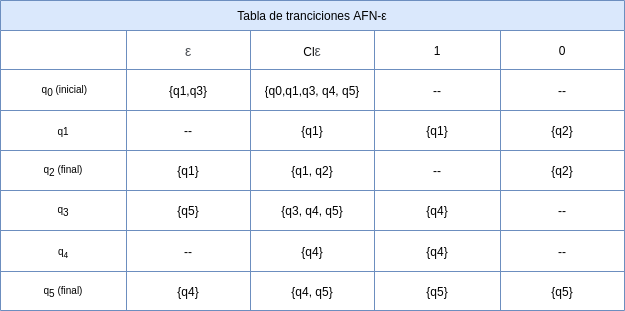
Yony6041/automatasClass keeps this draw.io diagram as public/firstTable.png. Above is the earlier version. Source tidied: cells renumbered, new cells last; positions are measured from the earlier drawing's top-left corner, leaving out a move shared by most shapes.
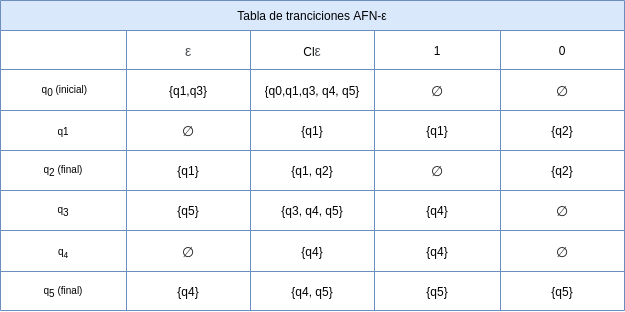
Later version of the same file.

The edit, as a diff of the source:
```diff
@@ -35,30 +35,30 @@
     <mxCell id="12" value="&lt;span&gt;{q0,q1,q3, q4, q5}&lt;/span&gt;" style="shape=partialRectangle;html=1;whiteSpace=wrap;overflow=hidden;fillColor=none;top=0;left=0;bottom=0;right=0;" parent="9" vertex="1">
       <mxGeometry x="250" width="124" height="41" as="geometry" />
     </mxCell>
-    <mxCell id="13" value="--" style="shape=partialRectangle;html=1;whiteSpace=wrap;overflow=hidden;fillColor=none;top=0;left=0;bottom=0;right=0;" parent="9" vertex="1">
-      <mxGeometry x="374" width="126" height="41" as="geometry" />
-    </mxCell>
-    <mxCell id="14" value="--" style="shape=partialRectangle;html=1;whiteSpace=wrap;overflow=hidden;fillColor=none;top=0;left=0;bottom=0;right=0;" parent="9" vertex="1">
-      <mxGeometry x="500" width="124" height="41" as="geometry" />
-    </mxCell>
+    <mxCell id="45" value="&lt;span style=&quot;color: rgb(32 , 33 , 34) ; font-family: sans-serif ; font-size: 14px ; background-color: rgb(255 , 255 , 255)&quot;&gt;∅&lt;/span&gt;" style="shape=partialRectangle;html=1;whiteSpace=wrap;overflow=hidden;fillColor=none;top=0;left=0;bottom=0;right=0;" parent="9" vertex="1">
+      <mxGeometry x="374" width="126" height="41" as="geometry" />
+    </mxCell>
+    <mxCell id="46" value="&lt;span style=&quot;color: rgb(32 , 33 , 34) ; font-family: sans-serif ; font-size: 14px ; background-color: rgb(255 , 255 , 255)&quot;&gt;∅&lt;/span&gt;" style="shape=partialRectangle;html=1;whiteSpace=wrap;overflow=hidden;fillColor=none;top=0;left=0;bottom=0;right=0;" parent="9" vertex="1">
+      <mxGeometry x="500" width="124" height="41" as="geometry" />
+    </mxCell>
     <mxCell id="15" style="shape=partialRectangle;fillColor=none;top=0;left=0;bottom=0;right=0;" parent="2" vertex="1">
       <mxGeometry y="110" width="624" height="40" as="geometry" />
     </mxCell>
     <mxCell id="16" value="&lt;span style=&quot;font-size: 10px&quot;&gt;q1&lt;/span&gt;" style="shape=partialRectangle;html=1;whiteSpace=wrap;overflow=hidden;fillColor=none;top=0;left=0;bottom=0;right=0;" parent="15" vertex="1">
       <mxGeometry width="126" height="40" as="geometry" />
     </mxCell>
-    <mxCell id="17" value="--" style="shape=partialRectangle;html=1;whiteSpace=wrap;overflow=hidden;fillColor=none;top=0;left=0;bottom=0;right=0;" parent="15" vertex="1">
-      <mxGeometry x="126" width="124" height="40" as="geometry" />
-    </mxCell>
+    <mxCell id="47" value="&lt;span style=&quot;color: rgb(32 , 33 , 34) ; font-family: sans-serif ; font-size: 14px ; background-color: rgb(255 , 255 , 255)&quot;&gt;∅&lt;/span&gt;" style="shape=partialRectangle;html=1;whiteSpace=wrap;overflow=hidden;fillColor=none;top=0;left=0;bottom=0;right=0;" parent="15" vertex="1">
+      <mxGeometry x="126" width="124" height="40" as="geometry" />
+    </mxCell>
     <mxCell id="18" value="&lt;span&gt;{q1}&lt;/span&gt;" style="shape=partialRectangle;html=1;whiteSpace=wrap;overflow=hidden;fillColor=none;top=0;left=0;bottom=0;right=0;" parent="15" vertex="1">
       <mxGeometry x="250" width="124" height="40" as="geometry" />
     </mxCell>
     <mxCell id="19" value="{q1}" style="shape=partialRectangle;html=1;whiteSpace=wrap;overflow=hidden;fillColor=none;top=0;left=0;bottom=0;right=0;" parent="15" vertex="1">
       <mxGeometry x="374" width="126" height="40" as="geometry" />
     </mxCell>
-    <mxCell id="20" value="{q2}" style="shape=partialRectangle;html=1;whiteSpace=wrap;overflow=hidden;fillColor=none;top=0;left=0;bottom=0;right=0;" parent="15" vertex="1">
-      <mxGeometry x="500" width="124" height="40" as="geometry" />
-    </mxCell>
+    <mxCell id="48" value="{q2}" style="shape=partialRectangle;html=1;whiteSpace=wrap;overflow=hidden;fillColor=none;top=0;left=0;bottom=0;right=0;" parent="15" vertex="1">
+      <mxGeometry x="500" width="124" height="40" as="geometry" />
+    </mxCell>
     <mxCell id="21" style="shape=partialRectangle;fillColor=none;top=0;left=0;bottom=0;right=0;" parent="2" vertex="1">
       <mxGeometry y="150" width="624" height="40" as="geometry" />
     </mxCell>
@@ -71,12 +71,12 @@
     <mxCell id="24" value="&lt;span&gt;{q1, q2}&lt;/span&gt;" style="shape=partialRectangle;html=1;whiteSpace=wrap;overflow=hidden;fillColor=none;top=0;left=0;bottom=0;right=0;" parent="21" vertex="1">
       <mxGeometry x="250" width="124" height="40" as="geometry" />
     </mxCell>
-    <mxCell id="25" value="--" style="shape=partialRectangle;html=1;whiteSpace=wrap;overflow=hidden;fillColor=none;top=0;left=0;bottom=0;right=0;" parent="21" vertex="1">
-      <mxGeometry x="374" width="126" height="40" as="geometry" />
-    </mxCell>
-    <mxCell id="26" value="{q2}" style="shape=partialRectangle;html=1;whiteSpace=wrap;overflow=hidden;fillColor=none;top=0;left=0;bottom=0;right=0;" parent="21" vertex="1">
-      <mxGeometry x="500" width="124" height="40" as="geometry" />
-    </mxCell>
+    <mxCell id="49" value="&lt;span style=&quot;color: rgb(32 , 33 , 34) ; font-family: sans-serif ; font-size: 14px ; background-color: rgb(255 , 255 , 255)&quot;&gt;∅&lt;/span&gt;" style="shape=partialRectangle;html=1;whiteSpace=wrap;overflow=hidden;fillColor=none;top=0;left=0;bottom=0;right=0;" parent="21" vertex="1">
+      <mxGeometry x="374" width="126" height="40" as="geometry" />
+    </mxCell>
+    <mxCell id="50" value="{q2}" style="shape=partialRectangle;html=1;whiteSpace=wrap;overflow=hidden;fillColor=none;top=0;left=0;bottom=0;right=0;" parent="21" vertex="1">
+      <mxGeometry x="500" width="124" height="40" as="geometry" />
+    </mxCell>
     <mxCell id="27" style="shape=partialRectangle;fillColor=none;top=0;left=0;bottom=0;right=0;" parent="2" vertex="1">
       <mxGeometry y="190" width="624" height="40" as="geometry" />
     </mxCell>
@@ -92,27 +92,27 @@
     <mxCell id="31" value="{q4}" style="shape=partialRectangle;html=1;whiteSpace=wrap;overflow=hidden;fillColor=none;top=0;left=0;bottom=0;right=0;" parent="27" vertex="1">
       <mxGeometry x="374" width="126" height="40" as="geometry" />
     </mxCell>
-    <mxCell id="32" value="--" style="shape=partialRectangle;html=1;whiteSpace=wrap;overflow=hidden;fillColor=none;top=0;left=0;bottom=0;right=0;" parent="27" vertex="1">
-      <mxGeometry x="500" width="124" height="40" as="geometry" />
-    </mxCell>
+    <mxCell id="51" value="&lt;span style=&quot;color: rgb(32 , 33 , 34) ; font-family: sans-serif ; font-size: 14px ; background-color: rgb(255 , 255 , 255)&quot;&gt;∅&lt;/span&gt;" style="shape=partialRectangle;html=1;whiteSpace=wrap;overflow=hidden;fillColor=none;top=0;left=0;bottom=0;right=0;" parent="27" vertex="1">
+      <mxGeometry x="500" width="124" height="40" as="geometry" />
+    </mxCell>
     <mxCell id="33" style="shape=partialRectangle;fillColor=none;top=0;left=0;bottom=0;right=0;" parent="2" vertex="1">
       <mxGeometry y="230" width="624" height="41" as="geometry" />
     </mxCell>
     <mxCell id="34" value="&lt;span style=&quot;font-size: 10px&quot;&gt;q&lt;sub&gt;4&lt;/sub&gt;&lt;/span&gt;" style="shape=partialRectangle;html=1;whiteSpace=wrap;overflow=hidden;fillColor=none;top=0;left=0;bottom=0;right=0;" parent="33" vertex="1">
       <mxGeometry width="126" height="41" as="geometry" />
     </mxCell>
-    <mxCell id="35" value="--" style="shape=partialRectangle;html=1;whiteSpace=wrap;overflow=hidden;fillColor=none;top=0;left=0;bottom=0;right=0;" parent="33" vertex="1">
-      <mxGeometry x="126" width="124" height="41" as="geometry" />
-    </mxCell>
+    <mxCell id="52" value="&lt;span style=&quot;color: rgb(32 , 33 , 34) ; font-family: sans-serif ; font-size: 14px ; background-color: rgb(255 , 255 , 255)&quot;&gt;∅&lt;/span&gt;" style="shape=partialRectangle;html=1;whiteSpace=wrap;overflow=hidden;fillColor=none;top=0;left=0;bottom=0;right=0;" parent="33" vertex="1">
+      <mxGeometry x="126" width="124" height="41" as="geometry" />
+    </mxCell>
     <mxCell id="36" value="&lt;span&gt;{q4}&lt;/span&gt;" style="shape=partialRectangle;html=1;whiteSpace=wrap;overflow=hidden;fillColor=none;top=0;left=0;bottom=0;right=0;" parent="33" vertex="1">
       <mxGeometry x="250" width="124" height="41" as="geometry" />
     </mxCell>
     <mxCell id="37" value="{q4}" style="shape=partialRectangle;html=1;whiteSpace=wrap;overflow=hidden;fillColor=none;top=0;left=0;bottom=0;right=0;" parent="33" vertex="1">
       <mxGeometry x="374" width="126" height="41" as="geometry" />
     </mxCell>
-    <mxCell id="38" value="--" style="shape=partialRectangle;html=1;whiteSpace=wrap;overflow=hidden;fillColor=none;top=0;left=0;bottom=0;right=0;" parent="33" vertex="1">
-      <mxGeometry x="500" width="124" height="41" as="geometry" />
-    </mxCell>
+    <mxCell id="53" value="&lt;span style=&quot;color: rgb(32 , 33 , 34) ; font-family: sans-serif ; font-size: 14px ; background-color: rgb(255 , 255 , 255)&quot;&gt;∅&lt;/span&gt;" style="shape=partialRectangle;html=1;whiteSpace=wrap;overflow=hidden;fillColor=none;top=0;left=0;bottom=0;right=0;" parent="33" vertex="1">
+      <mxGeometry x="500" width="124" height="41" as="geometry" />
+    </mxCell>
     <mxCell id="39" style="shape=partialRectangle;fillColor=none;top=0;left=0;bottom=0;right=0;" parent="2" vertex="1">
       <mxGeometry y="271" width="624" height="39" as="geometry" />
     </mxCell>
```
